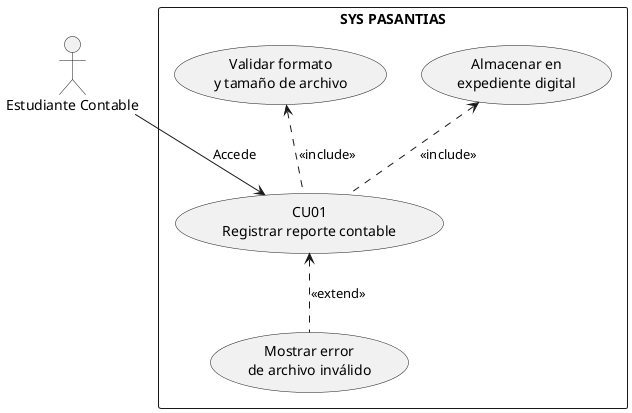
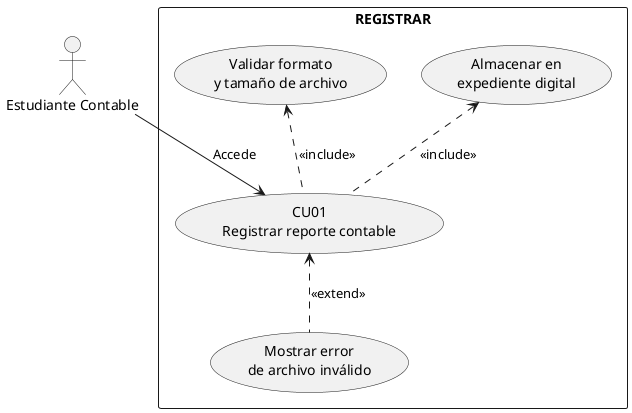
@startuml
skinparam packageStyle rectangle

actor "Estudiante Contable" as est

- rectangle "SYS PASANTIAS" {
+ rectangle "REGISTRAR" {
    usecase "Validar formato\ny tamaño de archivo" as uc_validar
    usecase "Almacenar en\nexpediente digital" as uc_guardar
    usecase "CU01\nRegistrar reporte contable" as uc_main
    usecase "Mostrar error\nde archivo inválido" as uc_error
}

est --> uc_main : Accede

uc_main .up.> uc_validar : <<include>>
uc_main .up.> uc_guardar : <<include>>
uc_error .up.> uc_main : <<extend>>
@endum